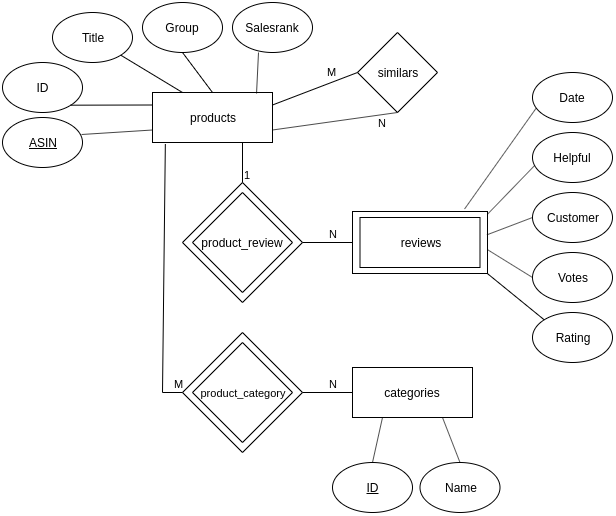
Before: ERR.png, a diagram exported from draw.io (agnarok/Trab4-BD). Source tidied: cells renumbered, new cells last; positions are measured from the earlier drawing's top-left corner, leaving out a move shared by most shapes.
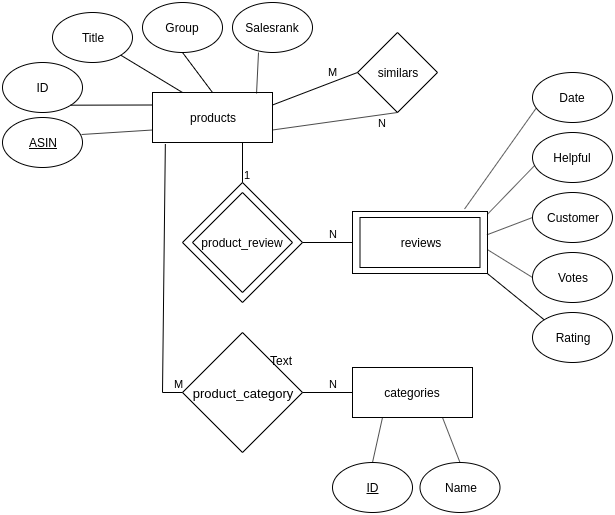
The same diagram one commit later.

The edit, as a diff of the source:
```diff
@@ -86,12 +86,9 @@
     <mxCell id="29" style="endArrow=none;html=1;entryX=0.996;entryY=0.995;entryDx=0;entryDy=0;entryPerimeter=0;exitX=0;exitY=0;exitDx=0;exitDy=0;" parent="1" edge="1" source="28" target="2">
       <mxGeometry relative="1" as="geometry" />
     </mxCell>
-    <mxCell id="30" style="rhombus;whiteSpace=wrap;html=1;" parent="1" vertex="1">
+    <mxCell id="30" value="&lt;span style=&quot;white-space: normal&quot;&gt;&lt;font style=&quot;font-size: 13px&quot;&gt;product_category&lt;/font&gt;&lt;/span&gt;" style="rhombus;whiteSpace=wrap;html=1;" parent="1" vertex="1">
       <mxGeometry x="180" y="330" width="120" height="120" as="geometry" />
     </mxCell>
-    <mxCell id="31" value="&lt;font style=&quot;font-size: 11px&quot;&gt;product_category&lt;/font&gt;" style="rhombus;whiteSpace=wrap;html=1;" parent="1" vertex="1">
-      <mxGeometry x="190" y="340" width="100" height="100" as="geometry" />
-    </mxCell>
     <mxCell id="32" style="endArrow=none;html=1;entryX=0.107;entryY=1.03;entryDx=0;entryDy=0;entryPerimeter=0;" parent="1" edge="1" target="3">
       <mxGeometry relative="1" as="geometry">
         <mxPoint x="160" y="390" as="sourcePoint" />
@@ -129,5 +126,8 @@
     <mxCell id="41" style="endArrow=none;html=1;entryX=0.046;entryY=0.713;entryDx=0;entryDy=0;entryPerimeter=0;exitX=0.83;exitY=-0.04;exitDx=0;exitDy=0;exitPerimeter=0;" parent="1" edge="1" source="2" target="40">
       <mxGeometry relative="1" as="geometry" />
     </mxCell>
+    <mxCell id="42" value="Text" style="text;html=1;align=center;verticalAlign=middle;" parent="1" vertex="1">
+      <mxGeometry x="259" y="348" width="40" height="20" as="geometry" />
+    </mxCell>
   </root>
 </mxGraphModel>
```
